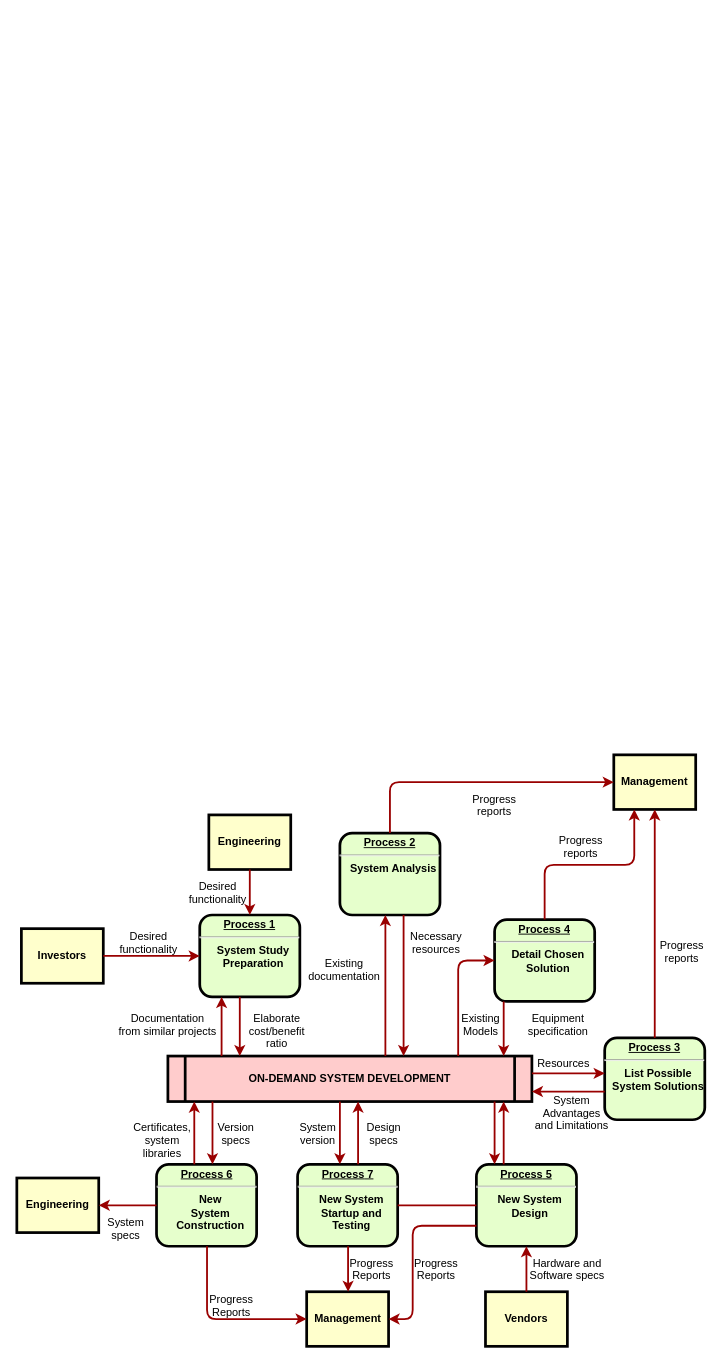
The draw.io diagram CompanyUse/HongHanDongMan/UML/未命名绘图.drawio in Istaya/Gallery, before the edit. Source tidied: cells renumbered, new cells numbered last; positions are measured from the earlier drawing's top-left corner, leaving out a move shared by most shapes. Both pictures are drawn from the tidied source at 91%, with x=0, y=0 at pixel (16, 754).
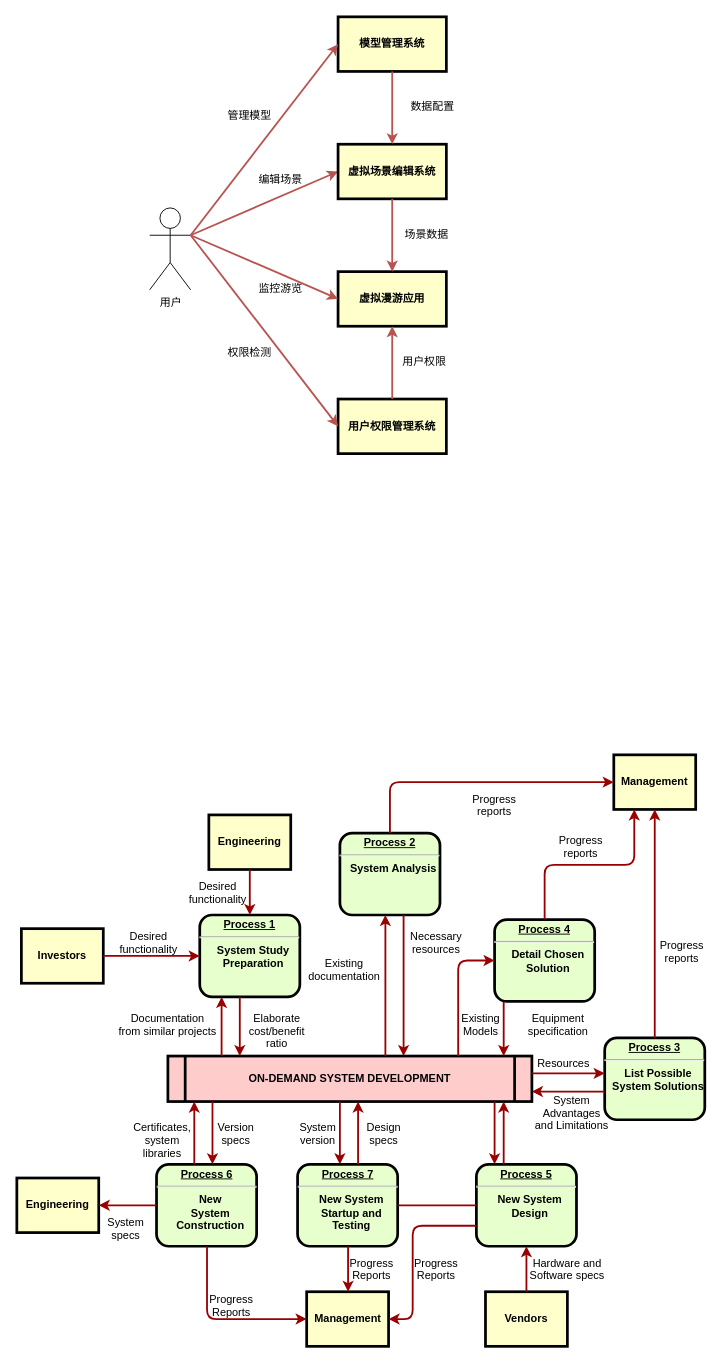
Above is the later version.

Commit message (it also covers changes not shown here):
更新未命名绘图.drawio

Change to the diagram source:
```diff
@@
+    <mxCell id="63" style="rounded=0;jettySize=auto;html=1;exitX=1;exitY=0.3333333333333333;exitDx=0;exitDy=0;entryX=0;entryY=0.5;entryDx=0;entryDy=0;strokeWidth=2;fillColor=#f8cecc;strokeColor=#b85450;exitPerimeter=0;" parent="1" edge="1" source="64" target="65">
+      <mxGeometry relative="1" as="geometry" />
+    </mxCell>
+    <mxCell id="64" value="用户&lt;br&gt;" style="shape=umlActor;verticalLabelPosition=bottom;verticalAlign=top;html=1;outlineConnect=0;" parent="1" vertex="1">
+      <mxGeometry x="146" y="-601" width="45" height="90" as="geometry" />
+    </mxCell>
+    <mxCell id="65" value="虚拟场景编辑系统" style="whiteSpace=wrap;align=center;verticalAlign=middle;fontStyle=1;strokeWidth=3;fillColor=#FFFFCC;" parent="1" vertex="1">
+      <mxGeometry x="353" y="-671" width="119" height="60" as="geometry" />
+    </mxCell>
+    <mxCell id="66" value="虚拟漫游应用" style="whiteSpace=wrap;align=center;verticalAlign=middle;fontStyle=1;strokeWidth=3;fillColor=#FFFFCC;" parent="1" vertex="1">
+      <mxGeometry x="353" y="-531" width="119" height="60" as="geometry" />
+    </mxCell>
+    <mxCell id="67" value="用户权限管理系统" style="whiteSpace=wrap;align=center;verticalAlign=middle;fontStyle=1;strokeWidth=3;fillColor=#FFFFCC;" parent="1" vertex="1">
+      <mxGeometry x="353" y="-391" width="119" height="60" as="geometry" />
+    </mxCell>
+    <mxCell id="68" value="模型管理系统" style="whiteSpace=wrap;align=center;verticalAlign=middle;fontStyle=1;strokeWidth=3;fillColor=#FFFFCC;" parent="1" vertex="1">
+      <mxGeometry x="353" y="-811" width="119" height="60" as="geometry" />
+    </mxCell>
+    <mxCell id="69" style="rounded=0;jettySize=auto;html=1;exitX=1;exitY=0.3333333333333333;exitDx=0;exitDy=0;entryX=0;entryY=0.5;entryDx=0;entryDy=0;strokeWidth=2;fillColor=#f8cecc;strokeColor=#b85450;exitPerimeter=0;" parent="1" edge="1" source="64" target="66">
+      <mxGeometry relative="1" as="geometry" />
+    </mxCell>
+    <mxCell id="70" style="rounded=0;jettySize=auto;html=1;exitX=1;exitY=0.3333333333333333;exitDx=0;exitDy=0;entryX=0;entryY=0.5;entryDx=0;entryDy=0;strokeWidth=2;fillColor=#f8cecc;strokeColor=#b85450;exitPerimeter=0;" parent="1" edge="1" source="64" target="67">
+      <mxGeometry relative="1" as="geometry" />
+    </mxCell>
+    <mxCell id="71" style="rounded=0;jettySize=auto;html=1;exitX=1;exitY=0.3333333333333333;exitDx=0;exitDy=0;entryX=0;entryY=0.5;entryDx=0;entryDy=0;strokeWidth=2;fillColor=#f8cecc;strokeColor=#b85450;exitPerimeter=0;" parent="1" edge="1" source="64" target="68">
+      <mxGeometry relative="1" as="geometry" />
+    </mxCell>
+    <mxCell id="72" style="edgeStyle=orthogonalEdgeStyle;rounded=0;jettySize=auto;html=1;exitX=0.5;exitY=1;exitDx=0;exitDy=0;entryX=0.5;entryY=0;entryDx=0;entryDy=0;curved=1;strokeWidth=2;fillColor=#f8cecc;strokeColor=#b85450;" parent="1" edge="1" source="68" target="65">
+      <mxGeometry relative="1" as="geometry" />
+    </mxCell>
+    <mxCell id="73" style="edgeStyle=orthogonalEdgeStyle;rounded=0;jettySize=auto;html=1;exitX=0.5;exitY=1;exitDx=0;exitDy=0;entryX=0.5;entryY=0;entryDx=0;entryDy=0;curved=1;strokeWidth=2;fillColor=#f8cecc;strokeColor=#b85450;" parent="1" edge="1" source="65" target="66">
+      <mxGeometry relative="1" as="geometry" />
+    </mxCell>
+    <mxCell id="74" style="edgeStyle=orthogonalEdgeStyle;rounded=0;jettySize=auto;html=1;exitX=0.5;exitY=0;exitDx=0;exitDy=0;entryX=0.5;entryY=1;entryDx=0;entryDy=0;curved=1;strokeWidth=2;fillColor=#f8cecc;strokeColor=#b85450;" parent="1" edge="1" source="67" target="66">
+      <mxGeometry relative="1" as="geometry" />
+    </mxCell>
+    <mxCell id="75" value="用户权限" style="text;spacingTop=-5;align=center;" parent="1" vertex="1">
+      <mxGeometry x="433" y="-441" width="30" height="20" as="geometry" />
+    </mxCell>
+    <mxCell id="76" value="场景数据" style="text;spacingTop=-5;align=center;" parent="1" vertex="1">
+      <mxGeometry x="435.5" y="-581" width="30" height="20" as="geometry" />
+    </mxCell>
+    <mxCell id="77" value="数据配置" style="text;spacingTop=-5;align=center;" parent="1" vertex="1">
+      <mxGeometry x="442" y="-721" width="30" height="20" as="geometry" />
+    </mxCell>
+    <mxCell id="78" value="管理模型" style="text;spacingTop=-5;align=center;" parent="1" vertex="1">
+      <mxGeometry x="241" y="-711" width="30" height="20" as="geometry" />
+    </mxCell>
+    <mxCell id="79" value="编辑场景" style="text;spacingTop=-5;align=center;" parent="1" vertex="1">
+      <mxGeometry x="275" y="-641" width="30" height="20" as="geometry" />
+    </mxCell>
+    <mxCell id="80" value="监控游览" style="text;spacingTop=-5;align=center;" parent="1" vertex="1">
+      <mxGeometry x="275" y="-521" width="30" height="20" as="geometry" />
+    </mxCell>
+    <mxCell id="81" value="权限检测" style="text;spacingTop=-5;align=center;" parent="1" vertex="1">
+      <mxGeometry x="241" y="-451" width="30" height="20" as="geometry" />
+    </mxCell>
```
